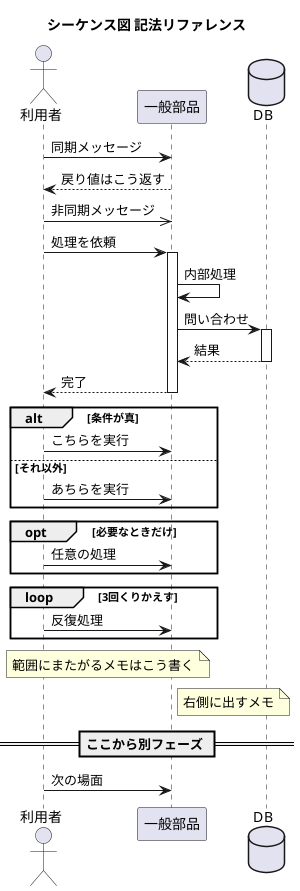
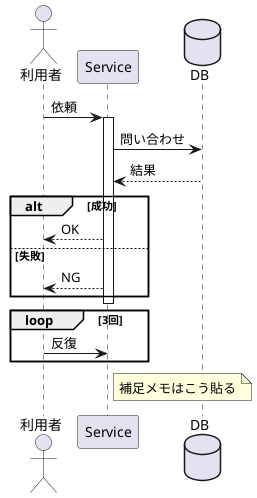
@startuml
- ' ============================================================
- '  シーケンス図 記法リファレンス（「こう書くとこうなる」集）
- '  ※ コメントは行頭の ' のみ。行末コメント不可。
- ' ============================================================
- title シーケンス図 記法リファレンス
+ actor       利用者   as A
+ participant Service  as B
+ database    DB       as C

- ' ▼ 登場人物（ライフライン）はこう宣言する
- '   キーワードで見た目が変わる。as で別名を付けられる
- actor       利用者     as A
- participant 一般部品   as B
- database    DB         as C
- 
- ' ▼ メッセージ（矢印）の種類はこう書き分ける
- '   ->   同期呼び出し（実線・塗り矢印）
- A -> B : 同期メッセージ
- '   -->  返答／戻り値（破線）
- B --> A : 戻り値はこう返す
- '   ->>  非同期（待たずに送る）
- A ->> B : 非同期メッセージ
- 
- ' ▼ 実行中の帯はこう出す：activate / deactivate
- A -> B : 処理を依頼
+ ' -> 同期
+ A -> B : 依頼
activate B
- '   自分自身への呼び出し（再帰）はこう書く
- B -> B : 内部処理
- B -> C : 問い合わせ
- activate C
- C --> B : 結果
- deactivate C
- B --> A : 完了
+   B -> C : 問い合わせ
+   ' --> 戻り値
+   C --> B : 結果
+   alt 成功
+     B --> A : OK
+   else 失敗
+     B --> A : NG
+   end
deactivate B

- ' ▼ 条件分岐はこう囲む： alt（分岐） / else
- alt 条件が真
-   A -> B : こちらを実行
- else それ以外
-   A -> B : あちらを実行
+ loop 3回
+   A -> B : 反復
end
- 
- ' ▼ 省略可能な処理はこう： opt
- opt 必要なときだけ
-   A -> B : 任意の処理
- end
- 
- ' ▼ 繰り返しはこう： loop
- loop 3回くりかえす
-   A -> B : 反復処理
- end
- 
- ' ▼ 補足コメントはこう貼る： note
- note over A, B : 範囲にまたがるメモはこう書く
- note right of B : 右側に出すメモ
- 
- ' ▼ 区切り線で場面を分けるときはこう： == タイトル ==
- == ここから別フェーズ ==
- A -> B : 次の場面
- 
+ note right of B : 補足メモはこう貼る
@enduml
